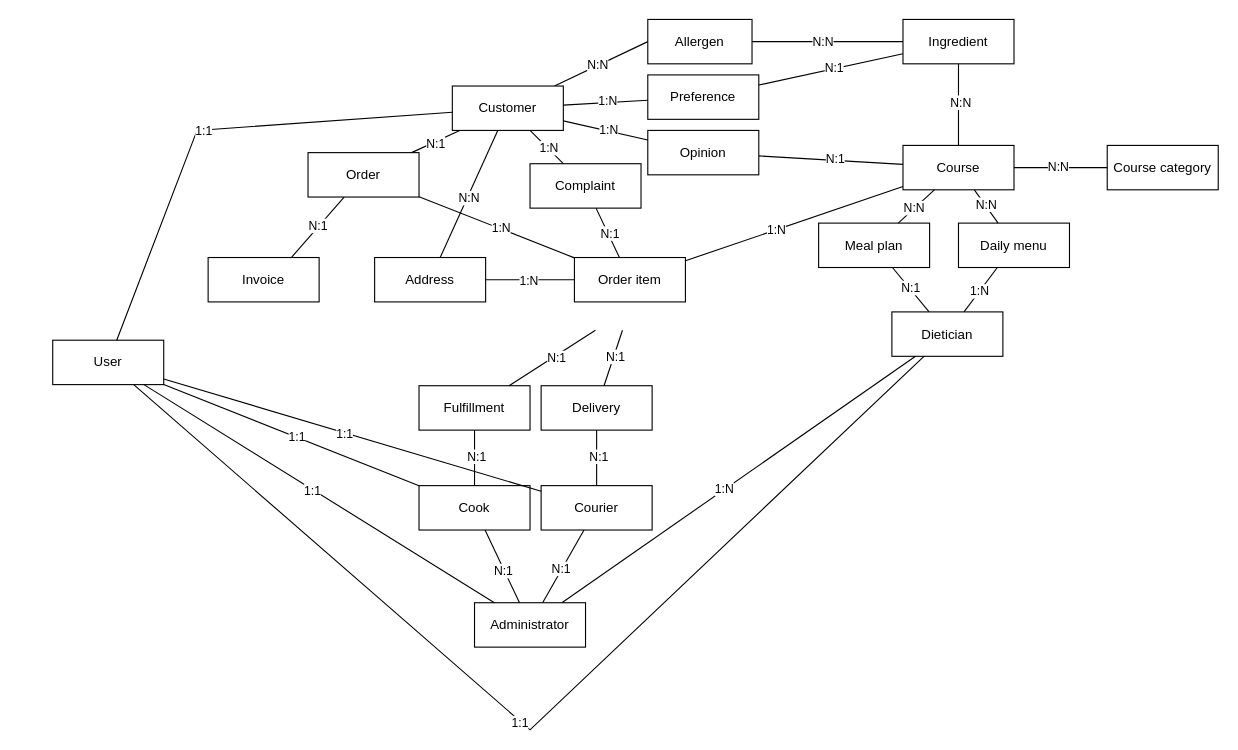
Earlier version of the draw.io diagram etap8/ERD/before/ERD.drawio.xml (tomasz-trela/database-design). Source tidied: cells renumbered, new cells numbered last; positions are measured from the earlier drawing's top-left corner, leaving out a move shared by most shapes. Both pictures are drawn from the tidied source at 111%, with x=0, y=0 at pixel (52, 19).
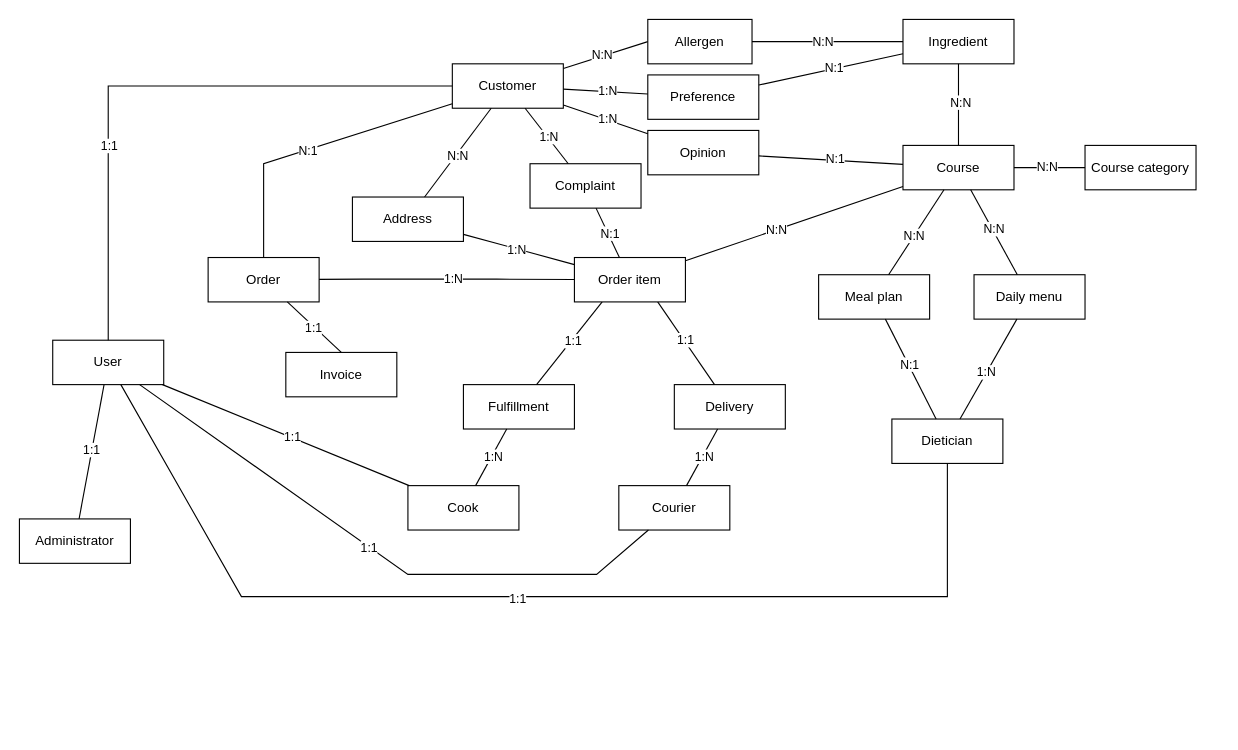
Above is the later version.

Commit message (it also covers changes not shown here):
fix: remove aminidstrator create users relations from erd

The change refers to these unchanged cells:
```xml
<mxCell id="24" style="endArrow=none;html=1;rounded=0;" parent="1" edge="1" source="50" target="8">
  <mxGeometry relative="1" as="geometry" />
</mxCell>
<mxCell id="30" style="endArrow=none;html=1;rounded=0;" parent="1" edge="1" source="26" target="27">
  <mxGeometry relative="1" as="geometry" />
</mxCell>
<mxCell id="36" style="endArrow=none;html=1;rounded=0;" parent="1" edge="1" source="32" target="33">
  <mxGeometry relative="1" as="geometry" />
</mxCell>
<mxCell id="50" value="Order item" style="rounded=0;whiteSpace=wrap;html=1;" parent="1" vertex="1">
  <mxGeometry x="470" y="214.5" width="100" height="40" as="geometry" />
</mxCell>
<mxCell id="75" value="User" style="rounded=0;whiteSpace=wrap;html=1;" parent="1" vertex="1">
  <mxGeometry y="289" width="100" height="40" as="geometry" />
</mxCell>
```

What changed in the source:
```diff
@@
     <mxCell id="9" value="Course category" style="rounded=0;whiteSpace=wrap;html=1;" parent="1" vertex="1">
-      <mxGeometry x="950" y="113.5" width="100" height="40" as="geometry" />
+      <mxGeometry x="930" y="113.5" width="100" height="40" as="geometry" />
     </mxCell>
@@
     <mxCell id="14" value="Meal plan" style="rounded=0;whiteSpace=wrap;html=1;" parent="1" vertex="1">
-      <mxGeometry x="690" y="183.5" width="100" height="40" as="geometry" />
+      <mxGeometry x="690" y="230" width="100" height="40" as="geometry" />
     </mxCell>
@@
     <mxCell id="17" value="Dietician" style="rounded=0;whiteSpace=wrap;html=1;" parent="1" vertex="1">
-      <mxGeometry x="756" y="263.5" width="100" height="40" as="geometry" />
+      <mxGeometry x="756" y="360" width="100" height="40" as="geometry" />
     </mxCell>
     <mxCell id="18" value="Daily menu" style="rounded=0;whiteSpace=wrap;html=1;" parent="1" vertex="1">
-      <mxGeometry x="816" y="183.5" width="100" height="40" as="geometry" />
+      <mxGeometry x="830" y="230" width="100" height="40" as="geometry" />
     </mxCell>
@@
     <mxCell id="23" value="Order" style="rounded=0;whiteSpace=wrap;html=1;" parent="1" vertex="1">
-      <mxGeometry x="230" y="120" width="100" height="40" as="geometry" />
+      <mxGeometry x="140" y="214.5" width="100" height="40" as="geometry" />
     </mxCell>
@@
-    <mxCell id="25" value="1:N" style="edgeLabel;html=1;align=center;verticalAlign=middle;" parent="24" vertex="1">
+    <mxCell id="25" value="N:N" style="edgeLabel;html=1;align=center;verticalAlign=middle;" parent="24" vertex="1">
       <mxGeometry x="-0.18" relative="1" as="geometry">
         <mxPoint x="1" as="offset" />
       </mxGeometry>
     </mxCell>
     <mxCell id="26" value="Delivery" style="rounded=0;whiteSpace=wrap;html=1;" parent="1" vertex="1">
-      <mxGeometry x="440" y="330" width="100" height="40" as="geometry" />
+      <mxGeometry x="560" y="329" width="100" height="40" as="geometry" />
     </mxCell>
     <mxCell id="27" value="Courier" style="rounded=0;whiteSpace=wrap;html=1;" parent="1" vertex="1">
-      <mxGeometry x="440" y="420" width="100" height="40" as="geometry" />
+      <mxGeometry x="510" y="420" width="100" height="40" as="geometry" />
     </mxCell>
-    <mxCell id="28" style="endArrow=none;html=1;rounded=0;" parent="1" edge="1" target="26">
-      <mxGeometry relative="1" as="geometry">
-        <mxPoint x="513.3" y="280" as="sourcePoint" />
-      </mxGeometry>
+    <mxCell id="28" style="endArrow=none;html=1;rounded=0;exitX=0.75;exitY=1;exitDx=0;exitDy=0;" parent="1" edge="1" source="50" target="26">
+      <mxGeometry relative="1" as="geometry" />
     </mxCell>
-    <mxCell id="29" value="N:1" style="edgeLabel;html=1;align=center;verticalAlign=middle;" parent="28" vertex="1">
+    <mxCell id="29" value="1:1" style="edgeLabel;html=1;align=center;verticalAlign=middle;" parent="28" vertex="1">
       <mxGeometry x="-0.08" y="1" relative="1" as="geometry" />
     </mxCell>
@@
-    <mxCell id="31" value="N:1" style="edgeLabel;html=1;align=center;verticalAlign=middle;" parent="30" vertex="1">
+    <mxCell id="31" value="1:N" style="edgeLabel;html=1;align=center;verticalAlign=middle;" parent="30" vertex="1">
       <mxGeometry x="-0.08" y="1" relative="1" as="geometry" />
     </mxCell>
     <mxCell id="32" value="Ful&lt;span style=&quot;background-color: transparent; color: light-dark(rgb(0, 0, 0), rgb(255, 255, 255));&quot;&gt;fillment&lt;/span&gt;" style="rounded=0;whiteSpace=wrap;html=1;" parent="1" vertex="1">
-      <mxGeometry x="330" y="330" width="100" height="40" as="geometry" />
+      <mxGeometry x="370" y="329" width="100" height="40" as="geometry" />
     </mxCell>
     <mxCell id="33" value="Cook" style="rounded=0;whiteSpace=wrap;html=1;" parent="1" vertex="1">
-      <mxGeometry x="330" y="420" width="100" height="40" as="geometry" />
+      <mxGeometry x="320" y="420" width="100" height="40" as="geometry" />
     </mxCell>
-    <mxCell id="34" style="endArrow=none;html=1;rounded=0;" parent="1" edge="1" target="32">
-      <mxGeometry relative="1" as="geometry">
-        <mxPoint x="488.9" y="280" as="sourcePoint" />
-      </mxGeometry>
+    <mxCell id="34" style="endArrow=none;html=1;rounded=0;exitX=0.25;exitY=1;exitDx=0;exitDy=0;" parent="1" edge="1" source="50" target="32">
+      <mxGeometry relative="1" as="geometry" />
     </mxCell>
-    <mxCell id="35" value="N:1" style="edgeLabel;html=1;align=center;verticalAlign=middle;" parent="34" vertex="1">
+    <mxCell id="35" value="1:1" style="edgeLabel;html=1;align=center;verticalAlign=middle;" parent="34" vertex="1">
       <mxGeometry x="-0.08" y="1" relative="1" as="geometry" />
     </mxCell>
@@
-    <mxCell id="37" value="N:1" style="edgeLabel;html=1;align=center;verticalAlign=middle;" parent="36" vertex="1">
+    <mxCell id="37" value="1:N" style="edgeLabel;html=1;align=center;verticalAlign=middle;" parent="36" vertex="1">
       <mxGeometry x="-0.08" y="1" relative="1" as="geometry" />
     </mxCell>
     <mxCell id="38" value="Customer" style="rounded=0;whiteSpace=wrap;html=1;" parent="1" vertex="1">
-      <mxGeometry x="360" y="60" width="100" height="40" as="geometry" />
+      <mxGeometry x="360" y="40" width="100" height="40" as="geometry" />
     </mxCell>
     <mxCell id="39" value="Address" style="rounded=0;whiteSpace=wrap;html=1;" parent="1" vertex="1">
-      <mxGeometry x="290" y="214.5" width="100" height="40" as="geometry" />
+      <mxGeometry x="270" y="160" width="100" height="40" as="geometry" />
     </mxCell>
     <mxCell id="40" style="endArrow=none;html=1;rounded=0;" parent="1" edge="1" source="23" target="38">
-      <mxGeometry relative="1" as="geometry" />
+      <mxGeometry relative="1" as="geometry">
+        <Array as="points">
+          <mxPoint x="190" y="130" />
+        </Array>
+      </mxGeometry>
     </mxCell>
@@
     <mxCell id="46" value="Invoice" style="rounded=0;whiteSpace=wrap;html=1;" parent="1" vertex="1">
-      <mxGeometry x="140" y="214.5" width="100" height="40" as="geometry" />
+      <mxGeometry x="210" y="300" width="100" height="40" as="geometry" />
     </mxCell>
@@
     <mxCell id="64" value="Administrator" style="rounded=0;whiteSpace=wrap;html=1;" parent="1" vertex="1">
-      <mxGeometry x="380" y="525.5" width="100" height="40" as="geometry" />
+      <mxGeometry x="-30" y="450" width="100" height="40" as="geometry" />
     </mxCell>
-    <mxCell id="65" style="endArrow=none;html=1;rounded=0;" parent="1" edge="1" source="64" target="33">
-      <mxGeometry relative="1" as="geometry" />
-    </mxCell>
-    <mxCell id="66" value="N:1" style="edgeLabel;html=1;align=center;verticalAlign=middle;" parent="65" vertex="1">
-      <mxGeometry x="-0.08" y="1" relative="1" as="geometry" />
-    </mxCell>
-    <mxCell id="67" style="endArrow=none;html=1;rounded=0;" parent="1" edge="1" source="64" target="27">
-      <mxGeometry relative="1" as="geometry" />
-    </mxCell>
-    <mxCell id="68" value="N:1" style="edgeLabel;html=1;align=center;verticalAlign=middle;" parent="67" vertex="1">
-      <mxGeometry x="-0.08" y="1" relative="1" as="geometry" />
-    </mxCell>
-    <mxCell id="69" style="endArrow=none;html=1;rounded=0;" parent="1" edge="1" source="64" target="17">
-      <mxGeometry relative="1" as="geometry" />
-    </mxCell>
-    <mxCell id="70" value="1:N" style="edgeLabel;html=1;align=center;verticalAlign=middle;" parent="69" vertex="1">
-      <mxGeometry x="-0.08" y="1" relative="1" as="geometry" />
-    </mxCell>
     <mxCell id="71" style="endArrow=none;html=1;rounded=0;" parent="1" edge="1" source="50" target="23">
-      <mxGeometry relative="1" as="geometry" />
+      <mxGeometry relative="1" as="geometry">
+        <Array as="points">
+          <mxPoint x="400" y="234" />
+          <mxPoint x="280" y="234" />
+        </Array>
+      </mxGeometry>
     </mxCell>
@@
     <mxCell id="76" style="endArrow=none;html=1;rounded=0;" parent="1" edge="1" source="75" target="38">
       <mxGeometry relative="1" as="geometry">
         <Array as="points">
-          <mxPoint x="130" y="100" />
+          <mxPoint x="50" y="60" />
         </Array>
       </mxGeometry>
     </mxCell>
     <mxCell id="77" value="1:1" style="edgeLabel;html=1;align=center;verticalAlign=middle;" parent="76" vertex="1">
-      <mxGeometry x="-0.04" y="-1" relative="1" as="geometry" />
+      <mxGeometry x="-0.04" y="-1" relative="1" as="geometry">
+        <mxPoint x="-30" y="52" as="offset" />
+      </mxGeometry>
     </mxCell>
@@
     <mxCell id="82" style="endArrow=none;html=1;rounded=0;" parent="1" edge="1" source="75" target="27">
-      <mxGeometry relative="1" as="geometry" />
+      <mxGeometry relative="1" as="geometry">
+        <Array as="points">
+          <mxPoint x="320" y="500" />
+          <mxPoint x="490" y="500" />
+        </Array>
+      </mxGeometry>
     </mxCell>
@@
     <mxCell id="84" style="endArrow=none;html=1;rounded=0;" parent="1" edge="1" source="75" target="17">
       <mxGeometry relative="1" as="geometry">
         <Array as="points">
-          <mxPoint x="430" y="640" />
+          <mxPoint x="170" y="520" />
+          <mxPoint x="806" y="520" />
         </Array>
       </mxGeometry>
     </mxCell>
@@
-    <mxCell id="86" style="endArrow=none;html=1;rounded=0;entryX=0.75;entryY=0;entryDx=0;entryDy=0;" parent="1" edge="1" source="23" target="46">
+    <mxCell id="86" style="endArrow=none;html=1;rounded=0;entryX=0.5;entryY=0;entryDx=0;entryDy=0;" parent="1" edge="1" source="23" target="46">
       <mxGeometry relative="1" as="geometry" />
     </mxCell>
-    <mxCell id="87" value="N:1" style="edgeLabel;html=1;align=center;verticalAlign=middle;" parent="86" vertex="1">
+    <mxCell id="87" value="1:1" style="edgeLabel;html=1;align=center;verticalAlign=middle;" parent="86" vertex="1">
       <mxGeometry x="-0.04" y="-1" relative="1" as="geometry" />
     </mxCell>
```
